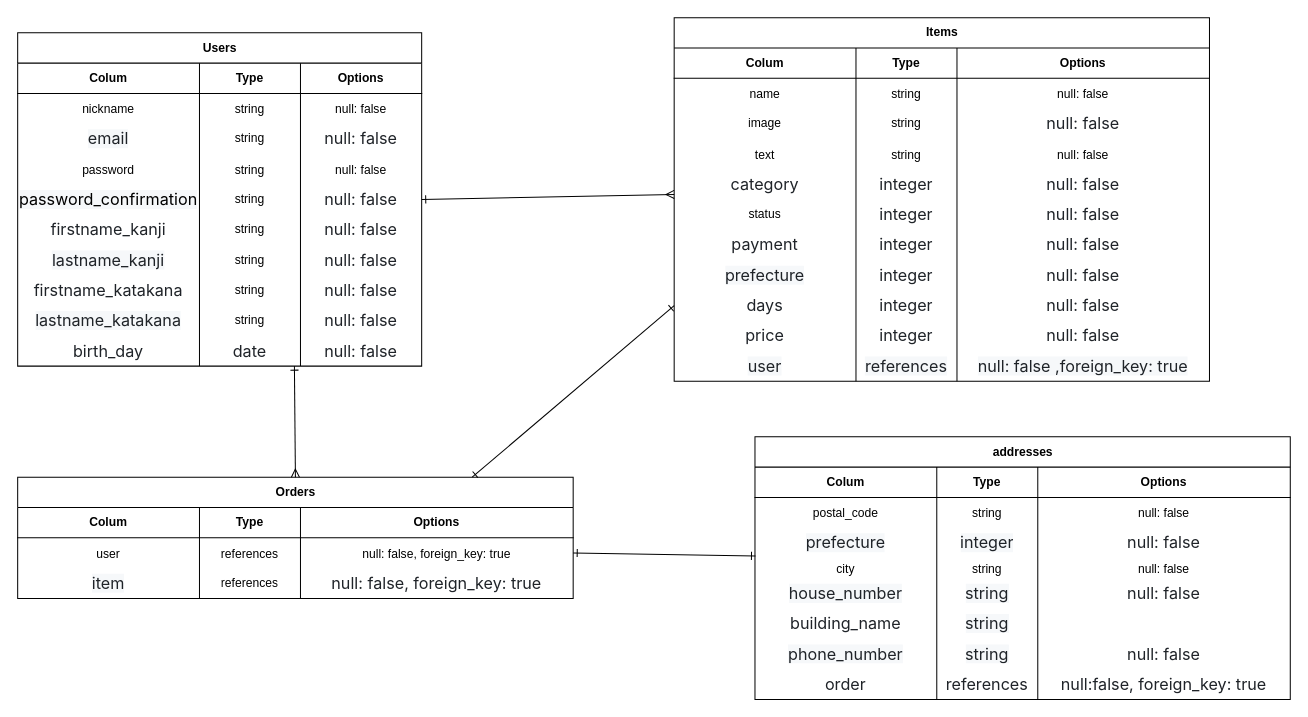
The draw.io diagram furima.dio in naosudo/furima-42191, before the edit. Source tidied: cells renumbered, new cells numbered last; positions are measured from the earlier drawing's top-left corner, leaving out a move shared by most shapes. Both pictures are drawn from the tidied source at 101%, with x=0, y=0 at pixel (17, 17).
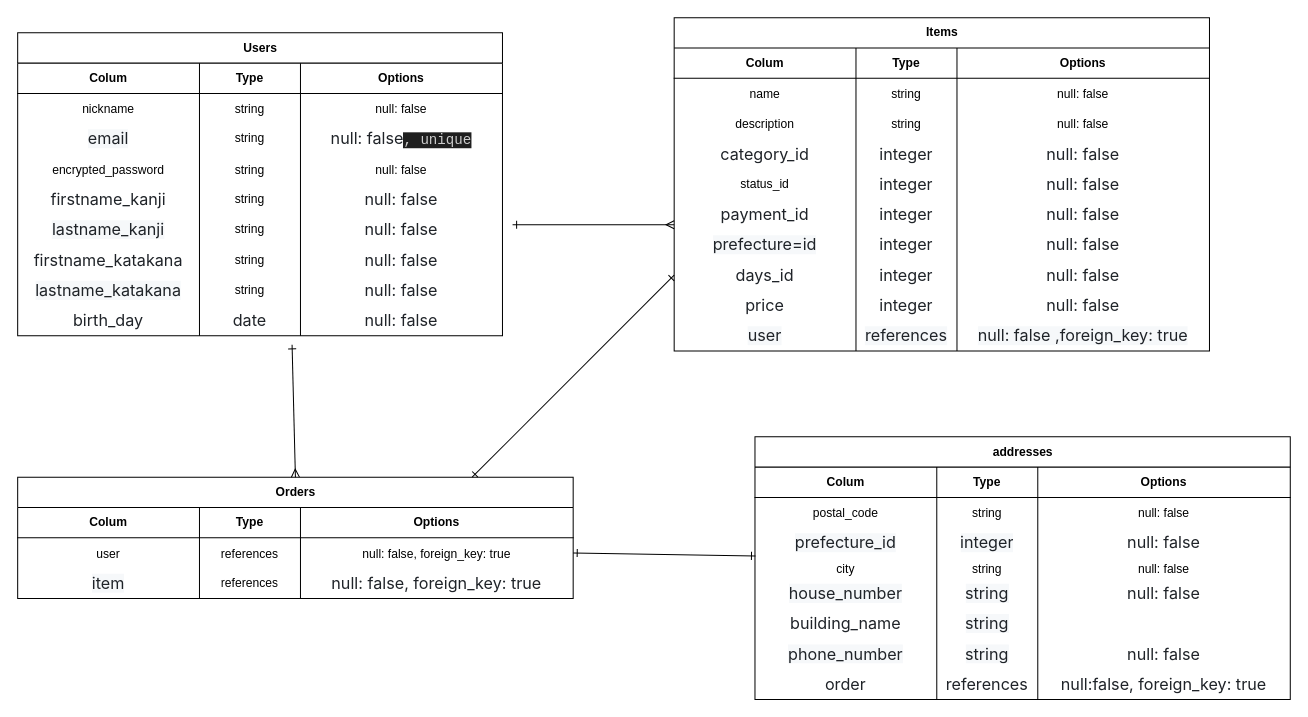
The same diagram, later.

The change refers to these unchanged cells:
```xml
<mxCell id="88" value="Orders" style="shape=table;startSize=30;childLayout=tableLayout;rowLines=0;fontStyle=1;align=center;html=1;" parent="1" vertex="1">
  <mxGeometry y="455" width="550" height="120" as="geometry" />
</mxCell>
<mxCell id="110" style="shape=tableRow;horizontal=0;startSize=0;swimlaneHead=0;swimlaneBody=0;fillColor=none;points=[[0,0.5],[1,0.5]];portConstraint=eastwest;top=0;left=0;right=0;bottom=0;" parent="101" vertex="1">
  <mxGeometry y="90" width="530" height="30" as="geometry" />
</mxCell>
```

What changed in the source:
```diff
@@
     <mxCell id="2" value="Items" style="shape=table;startSize=30;childLayout=tableLayout;rowLines=0;fontStyle=1;align=center;html=1;" parent="1" vertex="1">
-      <mxGeometry x="650" width="530" height="360" as="geometry" />
+      <mxGeometry x="650" width="530" height="330" as="geometry" />
     </mxCell>
@@
-    <mxCell id="11" style="shape=tableRow;horizontal=0;startSize=0;swimlaneHead=0;swimlaneBody=0;fillColor=none;top=0;left=0;right=0;bottom=0;" parent="2" vertex="1">
-      <mxGeometry y="90" width="530" height="30" as="geometry" />
-    </mxCell>
-    <mxCell id="12" value="image" style="shape=partialRectangle;fillColor=none;top=0;left=0;bottom=0;right=0;overflow=hidden;whiteSpace=wrap;html=1;" parent="11" vertex="1">
-      <mxGeometry width="180" height="30" as="geometry" />
-    </mxCell>
-    <mxCell id="13" value="&lt;span style=&quot;color: rgb(0, 0, 0); text-wrap-mode: nowrap;&quot;&gt;string&lt;/span&gt;" style="shape=partialRectangle;fillColor=none;top=0;left=0;bottom=0;right=0;overflow=hidden;whiteSpace=wrap;html=1;" parent="11" vertex="1">
-      <mxGeometry x="180" width="100" height="30" as="geometry" />
-    </mxCell>
-    <mxCell id="14" value="&lt;span style=&quot;color: rgb(31, 35, 40); font-family: -apple-system, BlinkMacSystemFont, &amp;quot;Segoe UI&amp;quot;, &amp;quot;Noto Sans&amp;quot;, Helvetica, Arial, sans-serif, &amp;quot;Apple Color Emoji&amp;quot;, &amp;quot;Segoe UI Emoji&amp;quot;; font-size: 16px; text-align: start; background-color: rgb(255, 255, 255);&quot;&gt;null: false&lt;/span&gt;" style="shape=partialRectangle;fillColor=none;top=0;left=0;bottom=0;right=0;overflow=hidden;whiteSpace=wrap;html=1;" parent="11" vertex="1">
-      <mxGeometry x="280" width="250" height="30" as="geometry" />
-    </mxCell>
     <mxCell id="15" style="shape=tableRow;horizontal=0;startSize=0;swimlaneHead=0;swimlaneBody=0;fillColor=none;top=0;left=0;right=0;bottom=0;" parent="2" vertex="1">
-      <mxGeometry y="120" width="530" height="30" as="geometry" />
+      <mxGeometry y="90" width="530" height="30" as="geometry" />
     </mxCell>
-    <mxCell id="16" value="text" style="shape=partialRectangle;fillColor=none;top=0;left=0;bottom=0;right=0;overflow=hidden;" parent="15" vertex="1">
+    <mxCell id="16" value="description" style="shape=partialRectangle;fillColor=none;top=0;left=0;bottom=0;right=0;overflow=hidden;" parent="15" vertex="1">
       <mxGeometry width="180" height="30" as="geometry" />
     </mxCell>
@@
     <mxCell id="19" style="shape=tableRow;horizontal=0;startSize=0;swimlaneHead=0;swimlaneBody=0;fillColor=none;top=0;left=0;right=0;bottom=0;" parent="2" vertex="1">
-      <mxGeometry y="150" width="530" height="30" as="geometry" />
+      <mxGeometry y="120" width="530" height="30" as="geometry" />
     </mxCell>
-    <mxCell id="20" value="&lt;span style=&quot;color: rgb(31, 35, 40); font-family: -apple-system, BlinkMacSystemFont, &amp;quot;Segoe UI&amp;quot;, &amp;quot;Noto Sans&amp;quot;, Helvetica, Arial, sans-serif, &amp;quot;Apple Color Emoji&amp;quot;, &amp;quot;Segoe UI Emoji&amp;quot;; font-size: 16px; text-align: start; background-color: rgb(255, 255, 255);&quot;&gt;category&lt;/span&gt;" style="shape=partialRectangle;fillColor=none;top=0;left=0;bottom=0;right=0;overflow=hidden;whiteSpace=wrap;html=1;" parent="19" vertex="1">
+    <mxCell id="20" value="&lt;span style=&quot;color: rgb(31, 35, 40); font-family: -apple-system, BlinkMacSystemFont, &amp;quot;Segoe UI&amp;quot;, &amp;quot;Noto Sans&amp;quot;, Helvetica, Arial, sans-serif, &amp;quot;Apple Color Emoji&amp;quot;, &amp;quot;Segoe UI Emoji&amp;quot;; font-size: 16px; text-align: start; background-color: rgb(255, 255, 255);&quot;&gt;category_id&lt;/span&gt;" style="shape=partialRectangle;fillColor=none;top=0;left=0;bottom=0;right=0;overflow=hidden;whiteSpace=wrap;html=1;" parent="19" vertex="1">
       <mxGeometry width="180" height="30" as="geometry" />
     </mxCell>
@@
     <mxCell id="23" style="shape=tableRow;horizontal=0;startSize=0;swimlaneHead=0;swimlaneBody=0;fillColor=none;top=0;left=0;right=0;bottom=0;" parent="2" vertex="1">
-      <mxGeometry y="180" width="530" height="30" as="geometry" />
+      <mxGeometry y="150" width="530" height="30" as="geometry" />
     </mxCell>
-    <mxCell id="24" value="status" style="shape=partialRectangle;fillColor=none;top=0;left=0;bottom=0;right=0;overflow=hidden;whiteSpace=wrap;html=1;" parent="23" vertex="1">
+    <mxCell id="24" value="status_id" style="shape=partialRectangle;fillColor=none;top=0;left=0;bottom=0;right=0;overflow=hidden;whiteSpace=wrap;html=1;" parent="23" vertex="1">
       <mxGeometry width="180" height="30" as="geometry" />
     </mxCell>
@@
     <mxCell id="27" style="shape=tableRow;horizontal=0;startSize=0;swimlaneHead=0;swimlaneBody=0;fillColor=none;top=0;left=0;right=0;bottom=0;" parent="2" vertex="1">
-      <mxGeometry y="210" width="530" height="30" as="geometry" />
+      <mxGeometry y="180" width="530" height="30" as="geometry" />
     </mxCell>
-    <mxCell id="28" value="&lt;span style=&quot;color: rgb(31, 35, 40); font-family: -apple-system, BlinkMacSystemFont, &amp;quot;Segoe UI&amp;quot;, &amp;quot;Noto Sans&amp;quot;, Helvetica, Arial, sans-serif, &amp;quot;Apple Color Emoji&amp;quot;, &amp;quot;Segoe UI Emoji&amp;quot;; font-size: 16px; text-align: start; background-color: rgb(255, 255, 255);&quot;&gt;payment&lt;/span&gt;" style="shape=partialRectangle;fillColor=none;top=0;left=0;bottom=0;right=0;overflow=hidden;whiteSpace=wrap;html=1;" parent="27" vertex="1">
+    <mxCell id="28" value="&lt;span style=&quot;color: rgb(31, 35, 40); font-family: -apple-system, BlinkMacSystemFont, &amp;quot;Segoe UI&amp;quot;, &amp;quot;Noto Sans&amp;quot;, Helvetica, Arial, sans-serif, &amp;quot;Apple Color Emoji&amp;quot;, &amp;quot;Segoe UI Emoji&amp;quot;; font-size: 16px; text-align: start; background-color: rgb(255, 255, 255);&quot;&gt;payment_id&lt;/span&gt;" style="shape=partialRectangle;fillColor=none;top=0;left=0;bottom=0;right=0;overflow=hidden;whiteSpace=wrap;html=1;" parent="27" vertex="1">
       <mxGeometry width="180" height="30" as="geometry" />
     </mxCell>
@@
     <mxCell id="31" style="shape=tableRow;horizontal=0;startSize=0;swimlaneHead=0;swimlaneBody=0;fillColor=none;top=0;left=0;right=0;bottom=0;" parent="2" vertex="1">
-      <mxGeometry y="240" width="530" height="30" as="geometry" />
+      <mxGeometry y="210" width="530" height="30" as="geometry" />
     </mxCell>
-    <mxCell id="32" value="&lt;span style=&quot;color: rgb(31, 35, 40); font-family: -apple-system, BlinkMacSystemFont, &amp;quot;Segoe UI&amp;quot;, &amp;quot;Noto Sans&amp;quot;, Helvetica, Arial, sans-serif, &amp;quot;Apple Color Emoji&amp;quot;, &amp;quot;Segoe UI Emoji&amp;quot;; font-size: 16px; text-align: start; background-color: rgb(246, 248, 250);&quot;&gt;prefecture&lt;/span&gt;" style="shape=partialRectangle;fillColor=none;top=0;left=0;bottom=0;right=0;overflow=hidden;whiteSpace=wrap;html=1;" parent="31" vertex="1">
+    <mxCell id="32" value="&lt;span style=&quot;color: rgb(31, 35, 40); font-family: -apple-system, BlinkMacSystemFont, &amp;quot;Segoe UI&amp;quot;, &amp;quot;Noto Sans&amp;quot;, Helvetica, Arial, sans-serif, &amp;quot;Apple Color Emoji&amp;quot;, &amp;quot;Segoe UI Emoji&amp;quot;; font-size: 16px; text-align: start; background-color: rgb(246, 248, 250);&quot;&gt;prefecture=id&lt;/span&gt;" style="shape=partialRectangle;fillColor=none;top=0;left=0;bottom=0;right=0;overflow=hidden;whiteSpace=wrap;html=1;" parent="31" vertex="1">
       <mxGeometry width="180" height="30" as="geometry" />
     </mxCell>
@@
     <mxCell id="35" style="shape=tableRow;horizontal=0;startSize=0;swimlaneHead=0;swimlaneBody=0;fillColor=none;points=[[0,0.5],[1,0.5]];portConstraint=eastwest;top=0;left=0;right=0;bottom=0;" parent="2" vertex="1">
-      <mxGeometry y="270" width="530" height="30" as="geometry" />
+      <mxGeometry y="240" width="530" height="30" as="geometry" />
     </mxCell>
-    <mxCell id="36" value="&lt;span style=&quot;color: rgb(31, 35, 40); font-family: -apple-system, BlinkMacSystemFont, &amp;quot;Segoe UI&amp;quot;, &amp;quot;Noto Sans&amp;quot;, Helvetica, Arial, sans-serif, &amp;quot;Apple Color Emoji&amp;quot;, &amp;quot;Segoe UI Emoji&amp;quot;; font-size: 16px; text-align: start; background-color: rgb(255, 255, 255);&quot;&gt;days&lt;/span&gt;" style="shape=partialRectangle;fillColor=none;top=0;left=0;bottom=0;right=0;overflow=hidden;whiteSpace=wrap;html=1;" parent="35" vertex="1">
+    <mxCell id="36" value="&lt;span style=&quot;color: rgb(31, 35, 40); font-family: -apple-system, BlinkMacSystemFont, &amp;quot;Segoe UI&amp;quot;, &amp;quot;Noto Sans&amp;quot;, Helvetica, Arial, sans-serif, &amp;quot;Apple Color Emoji&amp;quot;, &amp;quot;Segoe UI Emoji&amp;quot;; font-size: 16px; text-align: start; background-color: rgb(255, 255, 255);&quot;&gt;days_id&lt;/span&gt;" style="shape=partialRectangle;fillColor=none;top=0;left=0;bottom=0;right=0;overflow=hidden;whiteSpace=wrap;html=1;" parent="35" vertex="1">
       <mxGeometry width="180" height="30" as="geometry" />
     </mxCell>
@@
     <mxCell id="39" style="shape=tableRow;horizontal=0;startSize=0;swimlaneHead=0;swimlaneBody=0;fillColor=none;top=0;left=0;right=0;bottom=0;" parent="2" vertex="1">
-      <mxGeometry y="300" width="530" height="30" as="geometry" />
+      <mxGeometry y="270" width="530" height="30" as="geometry" />
     </mxCell>
@@
     <mxCell id="43" style="shape=tableRow;horizontal=0;startSize=0;swimlaneHead=0;swimlaneBody=0;fillColor=none;top=0;left=0;right=0;bottom=0;" parent="2" vertex="1">
-      <mxGeometry y="330" width="530" height="30" as="geometry" />
+      <mxGeometry y="300" width="530" height="30" as="geometry" />
     </mxCell>
@@
     <mxCell id="47" value="Users" style="shape=table;startSize=30;childLayout=tableLayout;rowLines=0;fontStyle=1;align=center;html=1;" parent="1" vertex="1">
-      <mxGeometry y="15" width="400" height="330" as="geometry" />
+      <mxGeometry y="15" width="480" height="300" as="geometry" />
     </mxCell>
     <mxCell id="48" style="shape=tableRow;horizontal=0;startSize=0;swimlaneHead=0;swimlaneBody=0;fillColor=none;top=0;left=0;right=0;bottom=1;" parent="47" vertex="1">
-      <mxGeometry y="30" width="400" height="30" as="geometry" />
+      <mxGeometry y="30" width="480" height="30" as="geometry" />
     </mxCell>
@@
     <mxCell id="51" value="Options" style="shape=partialRectangle;fillColor=none;top=0;left=0;bottom=0;right=0;fontStyle=1;overflow=hidden;whiteSpace=wrap;html=1;" parent="48" vertex="1">
-      <mxGeometry x="280" width="120" height="30" as="geometry" />
+      <mxGeometry x="280" width="200" height="30" as="geometry" />
     </mxCell>
     <mxCell id="52" style="shape=tableRow;horizontal=0;startSize=0;swimlaneHead=0;swimlaneBody=0;fillColor=none;top=0;left=0;right=0;bottom=0;" parent="47" vertex="1">
-      <mxGeometry y="60" width="400" height="30" as="geometry" />
+      <mxGeometry y="60" width="480" height="30" as="geometry" />
     </mxCell>
@@
     <mxCell id="55" value="null: false" style="shape=partialRectangle;fillColor=none;top=0;left=0;bottom=0;right=0;overflow=hidden;" parent="52" vertex="1">
-      <mxGeometry x="280" width="120" height="30" as="geometry" />
+      <mxGeometry x="280" width="200" height="30" as="geometry" />
     </mxCell>
     <mxCell id="56" style="shape=tableRow;horizontal=0;startSize=0;swimlaneHead=0;swimlaneBody=0;fillColor=none;top=0;left=0;right=0;bottom=0;" parent="47" vertex="1">
-      <mxGeometry y="90" width="400" height="30" as="geometry" />
+      <mxGeometry y="90" width="480" height="30" as="geometry" />
     </mxCell>
@@
-    <mxCell id="59" value="&lt;span style=&quot;color: rgb(31, 35, 40); font-family: -apple-system, BlinkMacSystemFont, &amp;quot;Segoe UI&amp;quot;, &amp;quot;Noto Sans&amp;quot;, Helvetica, Arial, sans-serif, &amp;quot;Apple Color Emoji&amp;quot;, &amp;quot;Segoe UI Emoji&amp;quot;; font-size: 16px; text-align: start; background-color: rgb(255, 255, 255);&quot;&gt;null: false&lt;/span&gt;" style="shape=partialRectangle;fillColor=none;top=0;left=0;bottom=0;right=0;overflow=hidden;whiteSpace=wrap;html=1;" parent="56" vertex="1">
-      <mxGeometry x="280" width="120" height="30" as="geometry" />
+    <mxCell id="59" value="&lt;span style=&quot;color: rgb(31, 35, 40); font-family: -apple-system, BlinkMacSystemFont, &amp;quot;Segoe UI&amp;quot;, &amp;quot;Noto Sans&amp;quot;, Helvetica, Arial, sans-serif, &amp;quot;Apple Color Emoji&amp;quot;, &amp;quot;Segoe UI Emoji&amp;quot;; font-size: 16px; text-align: start; background-color: rgb(255, 255, 255);&quot;&gt;null: false&lt;/span&gt;&lt;span style=&quot;color: rgb(204, 204, 204); background-color: rgb(31, 31, 31); font-family: Consolas, &amp;quot;Courier New&amp;quot;, monospace; font-size: 14px; white-space: pre;&quot;&gt;, unique&lt;/span&gt;" style="shape=partialRectangle;fillColor=none;top=0;left=0;bottom=0;right=0;overflow=hidden;whiteSpace=wrap;html=1;" parent="56" vertex="1">
+      <mxGeometry x="280" width="200" height="30" as="geometry" />
     </mxCell>
     <mxCell id="60" style="shape=tableRow;horizontal=0;startSize=0;swimlaneHead=0;swimlaneBody=0;fillColor=none;top=0;left=0;right=0;bottom=0;" parent="47" vertex="1">
-      <mxGeometry y="120" width="400" height="30" as="geometry" />
+      <mxGeometry y="120" width="480" height="30" as="geometry" />
     </mxCell>
-    <mxCell id="61" value="password" style="shape=partialRectangle;fillColor=none;top=0;left=0;bottom=0;right=0;overflow=hidden;" parent="60" vertex="1">
+    <mxCell id="61" value="encrypted_password" style="shape=partialRectangle;fillColor=none;top=0;left=0;bottom=0;right=0;overflow=hidden;" parent="60" vertex="1">
       <mxGeometry width="180" height="30" as="geometry" />
     </mxCell>
@@
     <mxCell id="63" value="null: false" style="shape=partialRectangle;fillColor=none;top=0;left=0;bottom=0;right=0;overflow=hidden;" parent="60" vertex="1">
-      <mxGeometry x="280" width="120" height="30" as="geometry" />
+      <mxGeometry x="280" width="200" height="30" as="geometry" />
     </mxCell>
-    <mxCell id="64" style="shape=tableRow;horizontal=0;startSize=0;swimlaneHead=0;swimlaneBody=0;fillColor=none;points=[[0,0.5],[1,0.5]];portConstraint=eastwest;top=0;left=0;right=0;bottom=0;" parent="47" vertex="1">
-      <mxGeometry y="150" width="400" height="30" as="geometry" />
-    </mxCell>
-    <mxCell id="65" value="&lt;div&gt;&lt;span style=&quot;background-color: light-dark(rgb(246, 248, 250), rgb(23, 25, 27)); font-family: -apple-system, BlinkMacSystemFont, &amp;quot;Segoe UI&amp;quot;, &amp;quot;Noto Sans&amp;quot;, Helvetica, Arial, sans-serif, &amp;quot;Apple Color Emoji&amp;quot;, &amp;quot;Segoe UI Emoji&amp;quot;; font-size: 16px; text-align: start;&quot;&gt;password_confirmation&lt;/span&gt;&lt;/div&gt;" style="shape=partialRectangle;fillColor=none;top=0;left=0;bottom=0;right=0;overflow=hidden;whiteSpace=wrap;html=1;" parent="64" vertex="1">
-      <mxGeometry width="180" height="30" as="geometry" />
-    </mxCell>
-    <mxCell id="66" value="&lt;span style=&quot;color: rgb(0, 0, 0); text-wrap-mode: nowrap;&quot;&gt;string&lt;/span&gt;" style="shape=partialRectangle;fillColor=none;top=0;left=0;bottom=0;right=0;overflow=hidden;whiteSpace=wrap;html=1;" parent="64" vertex="1">
-      <mxGeometry x="180" width="100" height="30" as="geometry" />
-    </mxCell>
-    <mxCell id="67" value="&lt;span style=&quot;color: rgb(31, 35, 40); font-family: -apple-system, BlinkMacSystemFont, &amp;quot;Segoe UI&amp;quot;, &amp;quot;Noto Sans&amp;quot;, Helvetica, Arial, sans-serif, &amp;quot;Apple Color Emoji&amp;quot;, &amp;quot;Segoe UI Emoji&amp;quot;; font-size: 16px; text-align: start; background-color: rgb(255, 255, 255);&quot;&gt;null: false&lt;/span&gt;" style="shape=partialRectangle;fillColor=none;top=0;left=0;bottom=0;right=0;overflow=hidden;whiteSpace=wrap;html=1;" parent="64" vertex="1">
-      <mxGeometry x="280" width="120" height="30" as="geometry" />
-    </mxCell>
     <mxCell id="68" style="shape=tableRow;horizontal=0;startSize=0;swimlaneHead=0;swimlaneBody=0;fillColor=none;top=0;left=0;right=0;bottom=0;" parent="47" vertex="1">
-      <mxGeometry y="180" width="400" height="30" as="geometry" />
+      <mxGeometry y="150" width="480" height="30" as="geometry" />
     </mxCell>
@@
     <mxCell id="71" value="&lt;span style=&quot;color: rgb(31, 35, 40); font-family: -apple-system, BlinkMacSystemFont, &amp;quot;Segoe UI&amp;quot;, &amp;quot;Noto Sans&amp;quot;, Helvetica, Arial, sans-serif, &amp;quot;Apple Color Emoji&amp;quot;, &amp;quot;Segoe UI Emoji&amp;quot;; font-size: 16px; text-align: start; background-color: rgb(255, 255, 255);&quot;&gt;null: false&lt;/span&gt;" style="shape=partialRectangle;fillColor=none;top=0;left=0;bottom=0;right=0;overflow=hidden;whiteSpace=wrap;html=1;" parent="68" vertex="1">
-      <mxGeometry x="280" width="120" height="30" as="geometry" />
+      <mxGeometry x="280" width="200" height="30" as="geometry" />
     </mxCell>
     <mxCell id="72" style="shape=tableRow;horizontal=0;startSize=0;swimlaneHead=0;swimlaneBody=0;fillColor=none;top=0;left=0;right=0;bottom=0;" parent="47" vertex="1">
-      <mxGeometry y="210" width="400" height="30" as="geometry" />
+      <mxGeometry y="180" width="480" height="30" as="geometry" />
     </mxCell>
@@
     <mxCell id="75" value="&lt;span style=&quot;color: rgb(31, 35, 40); font-family: -apple-system, BlinkMacSystemFont, &amp;quot;Segoe UI&amp;quot;, &amp;quot;Noto Sans&amp;quot;, Helvetica, Arial, sans-serif, &amp;quot;Apple Color Emoji&amp;quot;, &amp;quot;Segoe UI Emoji&amp;quot;; font-size: 16px; text-align: start; background-color: rgb(255, 255, 255);&quot;&gt;null: false&lt;/span&gt;" style="shape=partialRectangle;fillColor=none;top=0;left=0;bottom=0;right=0;overflow=hidden;whiteSpace=wrap;html=1;" parent="72" vertex="1">
-      <mxGeometry x="280" width="120" height="30" as="geometry" />
+      <mxGeometry x="280" width="200" height="30" as="geometry" />
     </mxCell>
     <mxCell id="76" style="shape=tableRow;horizontal=0;startSize=0;swimlaneHead=0;swimlaneBody=0;fillColor=none;top=0;left=0;right=0;bottom=0;" parent="47" vertex="1">
-      <mxGeometry y="240" width="400" height="30" as="geometry" />
+      <mxGeometry y="210" width="480" height="30" as="geometry" />
     </mxCell>
@@
     <mxCell id="79" value="&lt;span style=&quot;color: rgb(31, 35, 40); font-family: -apple-system, BlinkMacSystemFont, &amp;quot;Segoe UI&amp;quot;, &amp;quot;Noto Sans&amp;quot;, Helvetica, Arial, sans-serif, &amp;quot;Apple Color Emoji&amp;quot;, &amp;quot;Segoe UI Emoji&amp;quot;; font-size: 16px; text-align: start; background-color: rgb(255, 255, 255);&quot;&gt;null: false&lt;/span&gt;" style="shape=partialRectangle;fillColor=none;top=0;left=0;bottom=0;right=0;overflow=hidden;whiteSpace=wrap;html=1;" parent="76" vertex="1">
-      <mxGeometry x="280" width="120" height="30" as="geometry" />
+      <mxGeometry x="280" width="200" height="30" as="geometry" />
     </mxCell>
     <mxCell id="80" style="shape=tableRow;horizontal=0;startSize=0;swimlaneHead=0;swimlaneBody=0;fillColor=none;top=0;left=0;right=0;bottom=0;" parent="47" vertex="1">
-      <mxGeometry y="270" width="400" height="30" as="geometry" />
+      <mxGeometry y="240" width="480" height="30" as="geometry" />
     </mxCell>
@@
     <mxCell id="83" value="&lt;span style=&quot;color: rgb(31, 35, 40); font-family: -apple-system, BlinkMacSystemFont, &amp;quot;Segoe UI&amp;quot;, &amp;quot;Noto Sans&amp;quot;, Helvetica, Arial, sans-serif, &amp;quot;Apple Color Emoji&amp;quot;, &amp;quot;Segoe UI Emoji&amp;quot;; font-size: 16px; text-align: start; background-color: rgb(255, 255, 255);&quot;&gt;null: false&lt;/span&gt;" style="shape=partialRectangle;fillColor=none;top=0;left=0;bottom=0;right=0;overflow=hidden;whiteSpace=wrap;html=1;" parent="80" vertex="1">
-      <mxGeometry x="280" width="120" height="30" as="geometry" />
+      <mxGeometry x="280" width="200" height="30" as="geometry" />
     </mxCell>
     <mxCell id="84" style="shape=tableRow;horizontal=0;startSize=0;swimlaneHead=0;swimlaneBody=0;fillColor=none;points=[[0,0.5],[1,0.5]];portConstraint=eastwest;top=0;left=0;right=0;bottom=0;" parent="47" vertex="1">
-      <mxGeometry y="300" width="400" height="30" as="geometry" />
+      <mxGeometry y="270" width="480" height="30" as="geometry" />
     </mxCell>
@@
     <mxCell id="87" value="&lt;span style=&quot;color: rgb(31, 35, 40); font-family: -apple-system, BlinkMacSystemFont, &amp;quot;Segoe UI&amp;quot;, &amp;quot;Noto Sans&amp;quot;, Helvetica, Arial, sans-serif, &amp;quot;Apple Color Emoji&amp;quot;, &amp;quot;Segoe UI Emoji&amp;quot;; font-size: 16px; text-align: start; background-color: rgb(255, 255, 255);&quot;&gt;null: false&lt;/span&gt;" style="shape=partialRectangle;fillColor=none;top=0;left=0;bottom=0;right=0;overflow=hidden;whiteSpace=wrap;html=1;" parent="84" vertex="1">
-      <mxGeometry x="280" width="120" height="30" as="geometry" />
+      <mxGeometry x="280" width="200" height="30" as="geometry" />
     </mxCell>
@@
-    <mxCell id="111" value="&lt;span style=&quot;color: rgb(31, 35, 40); font-family: -apple-system, BlinkMacSystemFont, &amp;quot;Segoe UI&amp;quot;, &amp;quot;Noto Sans&amp;quot;, Helvetica, Arial, sans-serif, &amp;quot;Apple Color Emoji&amp;quot;, &amp;quot;Segoe UI Emoji&amp;quot;; font-size: 16px; text-align: start; background-color: rgb(246, 248, 250);&quot;&gt;prefecture&lt;/span&gt;" style="shape=partialRectangle;fillColor=none;top=0;left=0;bottom=0;right=0;overflow=hidden;whiteSpace=wrap;html=1;" parent="110" vertex="1">
+    <mxCell id="111" value="&lt;span style=&quot;color: rgb(31, 35, 40); font-family: -apple-system, BlinkMacSystemFont, &amp;quot;Segoe UI&amp;quot;, &amp;quot;Noto Sans&amp;quot;, Helvetica, Arial, sans-serif, &amp;quot;Apple Color Emoji&amp;quot;, &amp;quot;Segoe UI Emoji&amp;quot;; font-size: 16px; text-align: start; background-color: rgb(246, 248, 250);&quot;&gt;prefecture_id&lt;/span&gt;" style="shape=partialRectangle;fillColor=none;top=0;left=0;bottom=0;right=0;overflow=hidden;whiteSpace=wrap;html=1;" parent="110" vertex="1">
       <mxGeometry width="180" height="30" as="geometry" />
     </mxCell>
@@
-    <mxCell id="134" style="edgeStyle=none;html=1;exitX=1;exitY=0.5;exitDx=0;exitDy=0;endArrow=ERmany;endFill=0;sourcePerimeterSpacing=0;strokeColor=default;startArrow=ERone;startFill=0;" parent="1" edge="1" source="64">
+    <mxCell id="134" style="edgeStyle=none;html=1;endArrow=ERmany;endFill=0;sourcePerimeterSpacing=0;strokeColor=default;startArrow=ERone;startFill=0;" parent="1" edge="1">
       <mxGeometry relative="1" as="geometry">
-        <mxPoint x="650" y="175" as="targetPoint" />
+        <mxPoint x="490" y="205" as="sourcePoint" />
+        <mxPoint x="650" y="205" as="targetPoint" />
       </mxGeometry>
     </mxCell>
-    <mxCell id="135" style="edgeStyle=none;html=1;exitX=0.5;exitY=0;exitDx=0;exitDy=0;startArrow=ERmany;startFill=0;endArrow=ERone;endFill=0;" parent="1" edge="1" source="88">
-      <mxGeometry relative="1" as="geometry">
-        <mxPoint x="274" y="345" as="targetPoint" />
-      </mxGeometry>
+    <mxCell id="135" style="edgeStyle=none;html=1;exitX=0.5;exitY=0;exitDx=0;exitDy=0;startArrow=ERmany;startFill=0;endArrow=ERone;endFill=0;entryX=0.566;entryY=1.297;entryDx=0;entryDy=0;entryPerimeter=0;" parent="1" edge="1" source="88" target="84">
+      <mxGeometry relative="1" as="geometry" />
     </mxCell>
```
